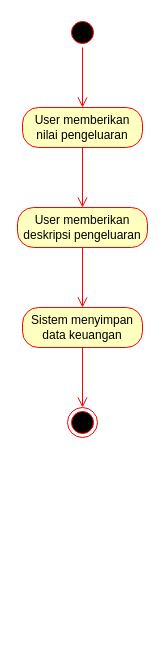
Before: page "Mengatur keuangan" (4 of 4) of Diagram/Activity Diagram.drawio in ryusu777/dodo-app, a draw.io diagram. Source tidied: cells renumbered, new cells numbered last; positions are measured from the earlier drawing's top-left corner, leaving out a move shared by most shapes. Both pictures are drawn from the tidied source at 100%, with x=0, y=0 at pixel (17, 17).
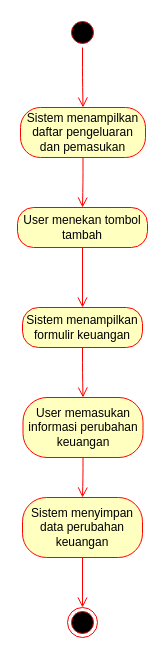
Above is the later version.

The edit, as a diff of the source:
```diff
@@
 <mxGraphModel>
   <root>
     <mxCell id="0" />
     <mxCell id="1" parent="0" />
     <mxCell id="2" style="ellipse;html=1;shape=startState;fillColor=#000000;strokeColor=#ff0000;" parent="1" vertex="1">
       <mxGeometry x="50" width="30" height="30" as="geometry" />
     </mxCell>
     <mxCell id="3" style="edgeStyle=orthogonalEdgeStyle;html=1;verticalAlign=bottom;endArrow=open;endSize=8;strokeColor=#ff0000;" parent="1" edge="1" source="2" target="4">
       <mxGeometry relative="1" as="geometry" />
     </mxCell>
-    <mxCell id="4" value="User memberikan nilai pengeluaran" style="rounded=1;whiteSpace=wrap;html=1;arcSize=40;fontColor=#000000;fillColor=#ffffc0;strokeColor=#ff0000;" parent="1" vertex="1">
-      <mxGeometry x="5" y="90" width="120" height="40" as="geometry" />
+    <mxCell id="4" value="Sistem menampilkan daftar pengeluaran dan pemasukan" style="rounded=1;whiteSpace=wrap;html=1;arcSize=40;fontColor=#000000;fillColor=#ffffc0;strokeColor=#ff0000;" parent="1" vertex="1">
+      <mxGeometry x="3" y="90" width="125" height="50" as="geometry" />
     </mxCell>
     <mxCell id="5" style="edgeStyle=orthogonalEdgeStyle;html=1;verticalAlign=bottom;endArrow=open;endSize=8;strokeColor=#ff0000;" parent="1" edge="1" source="4" target="6">
       <mxGeometry relative="1" as="geometry" />
     </mxCell>
-    <mxCell id="6" value="User memberikan deskripsi pengeluaran" style="rounded=1;whiteSpace=wrap;html=1;arcSize=40;fontColor=#000000;fillColor=#ffffc0;strokeColor=#ff0000;" parent="1" vertex="1">
+    <mxCell id="6" value="User menekan tombol tambah" style="rounded=1;whiteSpace=wrap;html=1;arcSize=40;fontColor=#000000;fillColor=#ffffc0;strokeColor=#ff0000;" parent="1" vertex="1">
       <mxGeometry y="190" width="130" height="40" as="geometry" />
     </mxCell>
     <mxCell id="7" style="edgeStyle=orthogonalEdgeStyle;html=1;verticalAlign=bottom;endArrow=open;endSize=8;strokeColor=#ff0000;" parent="1" edge="1" source="6" target="8">
       <mxGeometry relative="1" as="geometry" />
     </mxCell>
-    <mxCell id="8" value="Sistem menyimpan data keuangan" style="rounded=1;whiteSpace=wrap;html=1;arcSize=40;fontColor=#000000;fillColor=#ffffc0;strokeColor=#ff0000;" parent="1" vertex="1">
+    <mxCell id="8" value="Sistem menampilkan formulir keuangan" style="rounded=1;whiteSpace=wrap;html=1;arcSize=40;fontColor=#000000;fillColor=#ffffc0;strokeColor=#ff0000;" parent="1" vertex="1">
       <mxGeometry x="5" y="290" width="120" height="40" as="geometry" />
     </mxCell>
-    <mxCell id="9" style="edgeStyle=orthogonalEdgeStyle;html=1;verticalAlign=bottom;endArrow=open;endSize=8;strokeColor=#ff0000;" parent="1" edge="1" source="8" target="10">
+    <mxCell id="9" style="edgeStyle=orthogonalEdgeStyle;html=1;verticalAlign=bottom;endArrow=open;endSize=8;strokeColor=#ff0000;" parent="1" edge="1" source="8" target="11">
       <mxGeometry relative="1" as="geometry" />
     </mxCell>
-    <mxCell id="10" style="ellipse;html=1;shape=endState;fillColor=#000000;strokeColor=#ff0000;" parent="1" vertex="1">
-      <mxGeometry x="50" y="390" width="30" height="30" as="geometry" />
-    </mxCell>
+    <mxCell id="11" value="User memasukan informasi perubahan keuangan" style="rounded=1;whiteSpace=wrap;html=1;arcSize=40;fontColor=#000000;fillColor=#ffffc0;strokeColor=#ff0000;" parent="1" vertex="1">
+      <mxGeometry x="5.5" y="380" width="120" height="60" as="geometry" />
+    </mxCell>
+    <mxCell id="12" style="edgeStyle=orthogonalEdgeStyle;html=1;verticalAlign=bottom;endArrow=open;endSize=8;strokeColor=#ff0000;" parent="1" edge="1" source="11" target="13">
+      <mxGeometry relative="1" as="geometry" />
+    </mxCell>
+    <mxCell id="13" value="Sistem menyimpan data perubahan keuangan" style="rounded=1;whiteSpace=wrap;html=1;arcSize=40;fontColor=#000000;fillColor=#ffffc0;strokeColor=#ff0000;" parent="1" vertex="1">
+      <mxGeometry x="5" y="480" width="120" height="60" as="geometry" />
+    </mxCell>
+    <mxCell id="14" style="edgeStyle=orthogonalEdgeStyle;html=1;verticalAlign=bottom;endArrow=open;endSize=8;strokeColor=#ff0000;" parent="1" edge="1" source="13" target="15">
+      <mxGeometry relative="1" as="geometry" />
+    </mxCell>
+    <mxCell id="15" style="ellipse;html=1;shape=endState;fillColor=#000000;strokeColor=#ff0000;" parent="1" vertex="1">
+      <mxGeometry x="50" y="590" width="30" height="30" as="geometry" />
+    </mxCell>
   </root>
 </mxGraphModel>
```
